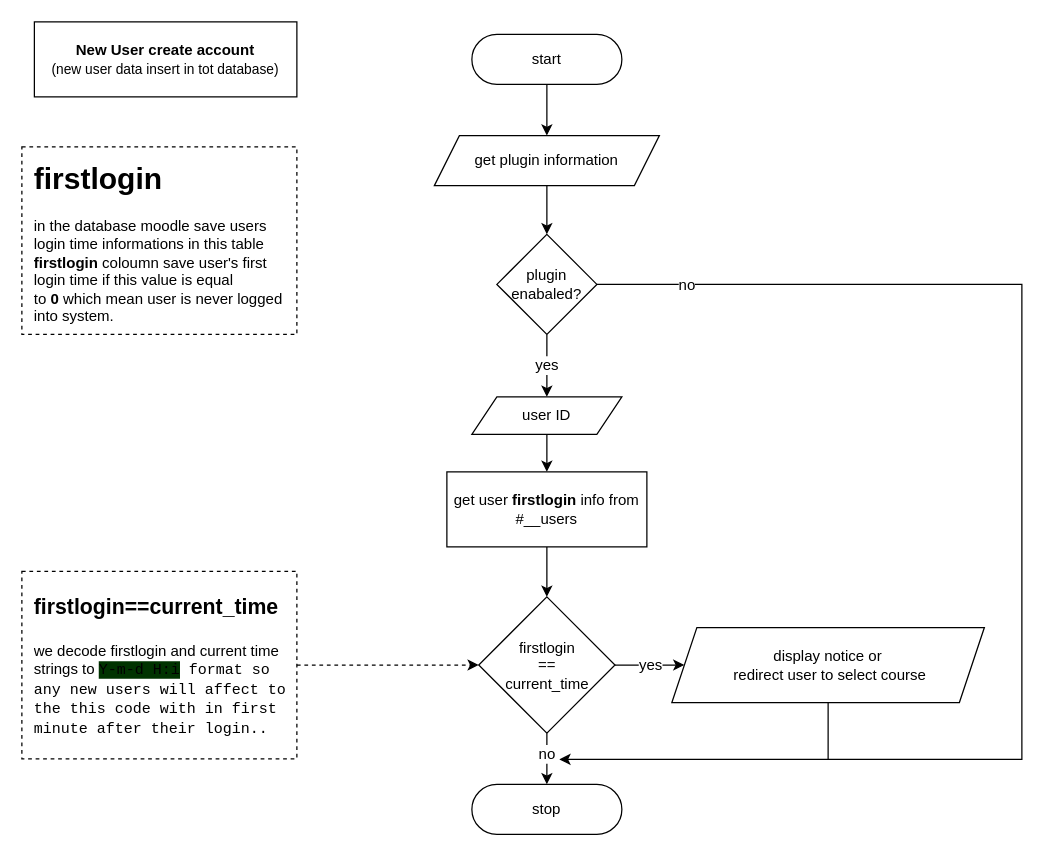
Earlier version of the draw.io diagram DOCCUMENTATION/plan.drawio (Thimira141/firstlogin). Source tidied: cells renumbered, new cells numbered last; positions are measured from the earlier drawing's top-left corner, leaving out a move shared by most shapes. Both pictures are drawn from the tidied source at 125%, with x=0, y=0 at pixel (21, 21).
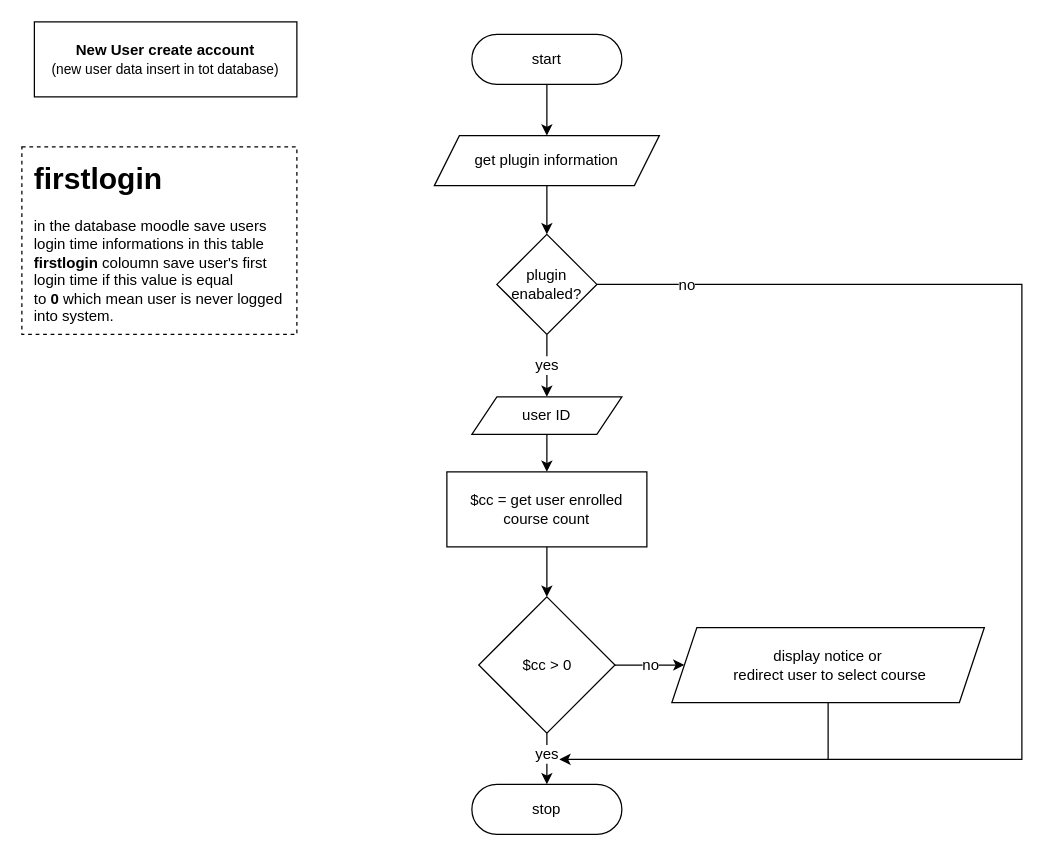
The same page after the edit.

Unchanged cells that the change refers to:
```xml
<mxCell id="10" style="edgeStyle=none;html=1;exitX=0.5;exitY=1;exitDx=0;exitDy=0;entryX=0.5;entryY=0;entryDx=0;entryDy=0;fontSize=12;" parent="1" edge="1" source="12" target="18">
  <mxGeometry relative="1" as="geometry" />
</mxCell>
<mxCell id="17" value="display notice or&lt;br&gt;&amp;nbsp;redirect user to select course" style="shape=parallelogram;perimeter=parallelogramPerimeter;whiteSpace=wrap;html=1;fixedSize=1;fontSize=12;" parent="1" vertex="1">
  <mxGeometry x="520" y="484.5" width="250" height="60" as="geometry" />
</mxCell>
```

The edit, as a diff of the source:
```diff
@@
-    <mxCell id="8" value="get user &lt;b&gt;firstlogin&lt;/b&gt; info from #__users" style="whiteSpace=wrap;html=1;fontSize=12;" parent="1" vertex="1">
+    <mxCell id="8" value="$cc = get user enrolled course count" style="whiteSpace=wrap;html=1;fontSize=12;" parent="1" vertex="1">
       <mxGeometry x="340" y="360" width="160" height="60" as="geometry" />
     </mxCell>
-    <mxCell id="9" value="yes" style="edgeStyle=none;html=1;exitX=1;exitY=0.5;exitDx=0;exitDy=0;entryX=0;entryY=0.5;entryDx=0;entryDy=0;fontSize=12;" parent="1" edge="1" source="12" target="17">
+    <mxCell id="9" value="no" style="edgeStyle=none;html=1;exitX=1;exitY=0.5;exitDx=0;exitDy=0;entryX=0;entryY=0.5;entryDx=0;entryDy=0;fontSize=12;" parent="1" edge="1" source="12" target="17">
       <mxGeometry relative="1" as="geometry" />
     </mxCell>
@@
-    <mxCell id="11" value="no" style="edgeLabel;html=1;align=center;verticalAlign=middle;fontSize=12;" parent="10" vertex="1">
+    <mxCell id="11" value="yes" style="edgeLabel;html=1;align=center;verticalAlign=middle;fontSize=12;" parent="10" vertex="1">
       <mxGeometry x="-0.49" y="3" relative="1" as="geometry">
         <mxPoint x="-4" y="6" as="offset" />
       </mxGeometry>
     </mxCell>
-    <mxCell id="12" value="firstlogin&lt;br&gt;==&lt;br&gt;current_time" style="rhombus;whiteSpace=wrap;html=1;" parent="1" vertex="1">
+    <mxCell id="12" value="&lt;div style=&quot;text-align: start;&quot;&gt;$cc &amp;gt; 0&lt;/div&gt;" style="rhombus;whiteSpace=wrap;html=1;" parent="1" vertex="1">
       <mxGeometry x="365.5" y="460" width="109" height="109" as="geometry" />
     </mxCell>
@@
-    <mxCell id="24" style="edgeStyle=none;html=1;entryX=0;entryY=0.5;entryDx=0;entryDy=0;dashed=1;fontFamily=Helvetica;fontSize=12;fontColor=#F0F0F0;" parent="1" edge="1" source="25" target="12">
-      <mxGeometry relative="1" as="geometry" />
-    </mxCell>
-    <mxCell id="25" value="&lt;h1&gt;&lt;font style=&quot;font-size: 17px;&quot;&gt;firstlogin==current_time&lt;/font&gt;&lt;/h1&gt;&lt;p style=&quot;&quot;&gt;we decode firstlogin and current time strings to &lt;span style=&quot;font-family: Consolas, &amp;quot;Courier New&amp;quot;, monospace; background-color: rgb(0, 51, 0);&quot;&gt;Y-m-d H:i&lt;/span&gt;&lt;span style=&quot;font-family: Consolas, &amp;quot;Courier New&amp;quot;, monospace;&quot;&gt;&lt;font style=&quot;font-size: 12px;&quot;&gt;&amp;nbsp;format so any new users will affect to the this code with in first minute after their login..&lt;/font&gt;&lt;/span&gt;&lt;/p&gt;" style="text;html=1;strokeColor=default;fillColor=none;spacing=10;spacingTop=-19;whiteSpace=wrap;overflow=hidden;rounded=0;dashed=1;perimeterSpacing=0;labelBorderColor=none;labelBackgroundColor=none;" parent="1" vertex="1">
-      <mxGeometry y="439.5" width="220" height="150" as="geometry" />
-    </mxCell>
```
